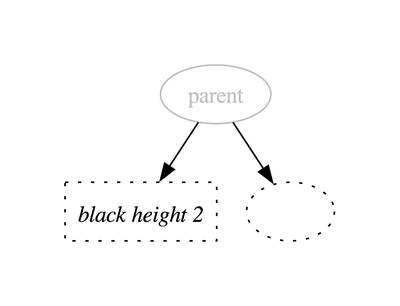
nasa/fprime keeps this Graphviz diagram as Fw/DataStructures/docs/diagrams/removeBlackLeafNode/loop-entry.png. Above is the earlier version. Its source is kept beside it as Fw/DataStructures/docs/diagrams/removeBlackLeafNode/loop-entry.dot. The source it was exported from:
```dot
digraph {

  P -> BH2
  P -> L

  P [label="parent",color="gray",fontcolor="gray"]
  BH2 [shape="box",label="black height 2",style="dotted",fontname="Italic"]
  L [style="dotted",fontcolor="invis"]

}
```
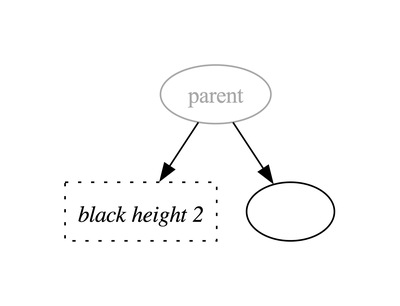
The same file after the commit.

Change to the diagram source:
```diff
@@ -3,8 +3,8 @@
   P -> BH2
   P -> L
 
-  P [label="parent",color="gray",fontcolor="gray"]
+  P [label="parent",color="darkgray",fontcolor="darkgray"]
   BH2 [shape="box",label="black height 2",style="dotted",fontname="Italic"]
-  L [style="dotted",fontcolor="invis"]
+  L [fontcolor="invis"]
 
 }
```
